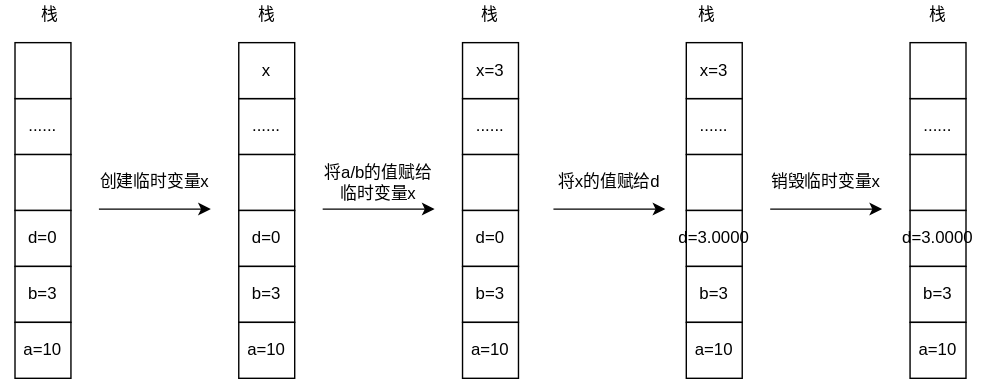
PorterChu/PorterBlog keeps this draw.io diagram as docs/sortware/c/image/类型转换.svg. Above is the earlier version. Source tidied: cells renumbered, new cells last; positions are measured from the earlier drawing's top-left corner, leaving out a move shared by most shapes. The source it was exported from:
```xml
<mxGraphModel>
  <root>
    <mxCell id="0" />
    <mxCell id="1" parent="0" />
    <mxCell id="2" value="......" style="rounded=0;whiteSpace=wrap;html=1;" parent="1" vertex="1">
      <mxGeometry x="10" y="70" width="40" height="40" as="geometry" />
    </mxCell>
    <mxCell id="3" style="rounded=0;whiteSpace=wrap;html=1;" parent="1" vertex="1">
      <mxGeometry x="10" y="110" width="40" height="40" as="geometry" />
    </mxCell>
    <mxCell id="4" value="&lt;span&gt;d=0&lt;/span&gt;" style="rounded=0;whiteSpace=wrap;html=1;" parent="1" vertex="1">
      <mxGeometry x="10" y="150" width="40" height="40" as="geometry" />
    </mxCell>
    <mxCell id="5" value="b=3" style="rounded=0;whiteSpace=wrap;html=1;" parent="1" vertex="1">
      <mxGeometry x="10" y="190" width="40" height="40" as="geometry" />
    </mxCell>
    <mxCell id="6" value="a=10" style="rounded=0;whiteSpace=wrap;html=1;" parent="1" vertex="1">
      <mxGeometry x="10" y="230" width="40" height="40" as="geometry" />
    </mxCell>
    <mxCell id="7" value="栈" style="text;html=1;strokeColor=none;fillColor=none;align=center;verticalAlign=middle;whiteSpace=wrap;rounded=0;" parent="1" vertex="1">
      <mxGeometry width="70" height="20" as="geometry" />
    </mxCell>
    <mxCell id="8" style="rounded=0;whiteSpace=wrap;html=1;" parent="1" vertex="1">
      <mxGeometry x="10" y="30" width="40" height="40" as="geometry" />
    </mxCell>
    <mxCell id="9" style="endArrow=classic;html=1;" parent="1" edge="1">
      <mxGeometry relative="1" as="geometry">
        <mxPoint x="70" y="149" as="sourcePoint" />
        <mxPoint x="150" y="149" as="targetPoint" />
      </mxGeometry>
    </mxCell>
    <mxCell id="10" value="创建临时变量x" style="text;html=1;strokeColor=none;fillColor=none;align=center;verticalAlign=middle;whiteSpace=wrap;rounded=0;" parent="1" vertex="1">
      <mxGeometry x="60" y="120" width="100" height="20" as="geometry" />
    </mxCell>
    <mxCell id="11" value="......" style="rounded=0;whiteSpace=wrap;html=1;" parent="1" vertex="1">
      <mxGeometry x="170" y="70" width="40" height="40" as="geometry" />
    </mxCell>
    <mxCell id="12" style="rounded=0;whiteSpace=wrap;html=1;" parent="1" vertex="1">
      <mxGeometry x="170" y="110" width="40" height="40" as="geometry" />
    </mxCell>
    <mxCell id="13" value="d=0" style="rounded=0;whiteSpace=wrap;html=1;" parent="1" vertex="1">
      <mxGeometry x="170" y="150" width="40" height="40" as="geometry" />
    </mxCell>
    <mxCell id="14" value="b=3" style="rounded=0;whiteSpace=wrap;html=1;" parent="1" vertex="1">
      <mxGeometry x="170" y="190" width="40" height="40" as="geometry" />
    </mxCell>
    <mxCell id="15" value="a=10" style="rounded=0;whiteSpace=wrap;html=1;" parent="1" vertex="1">
      <mxGeometry x="170" y="230" width="40" height="40" as="geometry" />
    </mxCell>
    <mxCell id="16" value="栈" style="text;html=1;strokeColor=none;fillColor=none;align=center;verticalAlign=middle;whiteSpace=wrap;rounded=0;" parent="1" vertex="1">
      <mxGeometry x="155" width="70" height="20" as="geometry" />
    </mxCell>
    <mxCell id="17" value="x" style="rounded=0;whiteSpace=wrap;html=1;" parent="1" vertex="1">
      <mxGeometry x="170" y="30" width="40" height="40" as="geometry" />
    </mxCell>
    <mxCell id="18" value="......" style="rounded=0;whiteSpace=wrap;html=1;" parent="1" vertex="1">
      <mxGeometry x="330" y="70" width="40" height="40" as="geometry" />
    </mxCell>
    <mxCell id="19" style="rounded=0;whiteSpace=wrap;html=1;" parent="1" vertex="1">
      <mxGeometry x="330" y="110" width="40" height="40" as="geometry" />
    </mxCell>
    <mxCell id="20" value="d=0" style="rounded=0;whiteSpace=wrap;html=1;" parent="1" vertex="1">
      <mxGeometry x="330" y="150" width="40" height="40" as="geometry" />
    </mxCell>
    <mxCell id="21" value="b=3" style="rounded=0;whiteSpace=wrap;html=1;" parent="1" vertex="1">
      <mxGeometry x="330" y="190" width="40" height="40" as="geometry" />
    </mxCell>
    <mxCell id="22" value="a=10" style="rounded=0;whiteSpace=wrap;html=1;" parent="1" vertex="1">
      <mxGeometry x="330" y="230" width="40" height="40" as="geometry" />
    </mxCell>
    <mxCell id="23" value="x=3" style="rounded=0;whiteSpace=wrap;html=1;" parent="1" vertex="1">
      <mxGeometry x="330" y="30" width="40" height="40" as="geometry" />
    </mxCell>
    <mxCell id="24" value="......" style="rounded=0;whiteSpace=wrap;html=1;" parent="1" vertex="1">
      <mxGeometry x="490" y="70" width="40" height="40" as="geometry" />
    </mxCell>
    <mxCell id="25" style="rounded=0;whiteSpace=wrap;html=1;" parent="1" vertex="1">
      <mxGeometry x="490" y="110" width="40" height="40" as="geometry" />
    </mxCell>
    <mxCell id="26" value="d=3.0000" style="rounded=0;whiteSpace=wrap;html=1;" parent="1" vertex="1">
      <mxGeometry x="490" y="150" width="40" height="40" as="geometry" />
    </mxCell>
    <mxCell id="27" value="b=3" style="rounded=0;whiteSpace=wrap;html=1;" parent="1" vertex="1">
      <mxGeometry x="490" y="190" width="40" height="40" as="geometry" />
    </mxCell>
    <mxCell id="28" value="a=10" style="rounded=0;whiteSpace=wrap;html=1;" parent="1" vertex="1">
      <mxGeometry x="490" y="230" width="40" height="40" as="geometry" />
    </mxCell>
    <mxCell id="29" value="x=3" style="rounded=0;whiteSpace=wrap;html=1;" parent="1" vertex="1">
      <mxGeometry x="490" y="30" width="40" height="40" as="geometry" />
    </mxCell>
    <mxCell id="30" value="......" style="rounded=0;whiteSpace=wrap;html=1;" parent="1" vertex="1">
      <mxGeometry x="650" y="70" width="40" height="40" as="geometry" />
    </mxCell>
    <mxCell id="31" style="rounded=0;whiteSpace=wrap;html=1;" parent="1" vertex="1">
      <mxGeometry x="650" y="110" width="40" height="40" as="geometry" />
    </mxCell>
    <mxCell id="32" value="d=3.0000" style="rounded=0;whiteSpace=wrap;html=1;" parent="1" vertex="1">
      <mxGeometry x="650" y="150" width="40" height="40" as="geometry" />
    </mxCell>
    <mxCell id="33" value="b=3" style="rounded=0;whiteSpace=wrap;html=1;" parent="1" vertex="1">
      <mxGeometry x="650" y="190" width="40" height="40" as="geometry" />
    </mxCell>
    <mxCell id="34" value="a=10" style="rounded=0;whiteSpace=wrap;html=1;" parent="1" vertex="1">
      <mxGeometry x="650" y="230" width="40" height="40" as="geometry" />
    </mxCell>
    <mxCell id="35" style="rounded=0;whiteSpace=wrap;html=1;" parent="1" vertex="1">
      <mxGeometry x="650" y="30" width="40" height="40" as="geometry" />
    </mxCell>
    <mxCell id="36" style="endArrow=classic;html=1;" parent="1" edge="1">
      <mxGeometry relative="1" as="geometry">
        <mxPoint x="550" y="149" as="sourcePoint" />
        <mxPoint x="630" y="149" as="targetPoint" />
      </mxGeometry>
    </mxCell>
    <mxCell id="37" value="销毁临时变量x" style="text;html=1;strokeColor=none;fillColor=none;align=center;verticalAlign=middle;whiteSpace=wrap;rounded=0;" parent="1" vertex="1">
      <mxGeometry x="540" y="120" width="100" height="20" as="geometry" />
    </mxCell>
    <mxCell id="38" style="endArrow=classic;html=1;" parent="1" edge="1">
      <mxGeometry relative="1" as="geometry">
        <mxPoint x="230" y="149" as="sourcePoint" />
        <mxPoint x="310" y="149" as="targetPoint" />
      </mxGeometry>
    </mxCell>
    <mxCell id="39" value="将a/b的值赋给临时变量x" style="text;html=1;strokeColor=none;fillColor=none;align=center;verticalAlign=middle;whiteSpace=wrap;rounded=0;" parent="1" vertex="1">
      <mxGeometry x="225" y="120" width="90" height="20" as="geometry" />
    </mxCell>
    <mxCell id="40" style="endArrow=classic;html=1;" parent="1" edge="1">
      <mxGeometry relative="1" as="geometry">
        <mxPoint x="395" y="149" as="sourcePoint" />
        <mxPoint x="475" y="149" as="targetPoint" />
      </mxGeometry>
    </mxCell>
    <mxCell id="41" value="将x的值赋给d" style="text;html=1;strokeColor=none;fillColor=none;align=center;verticalAlign=middle;whiteSpace=wrap;rounded=0;" parent="1" vertex="1">
      <mxGeometry x="390" y="120" width="90" height="20" as="geometry" />
    </mxCell>
    <mxCell id="42" value="栈" style="text;html=1;strokeColor=none;fillColor=none;align=center;verticalAlign=middle;whiteSpace=wrap;rounded=0;" parent="1" vertex="1">
      <mxGeometry x="315" width="70" height="20" as="geometry" />
    </mxCell>
    <mxCell id="43" value="栈" style="text;html=1;strokeColor=none;fillColor=none;align=center;verticalAlign=middle;whiteSpace=wrap;rounded=0;" parent="1" vertex="1">
      <mxGeometry x="470" width="70" height="20" as="geometry" />
    </mxCell>
    <mxCell id="44" value="栈" style="text;html=1;strokeColor=none;fillColor=none;align=center;verticalAlign=middle;whiteSpace=wrap;rounded=0;" parent="1" vertex="1">
      <mxGeometry x="635" width="70" height="20" as="geometry" />
    </mxCell>
  </root>
</mxGraphModel>
```
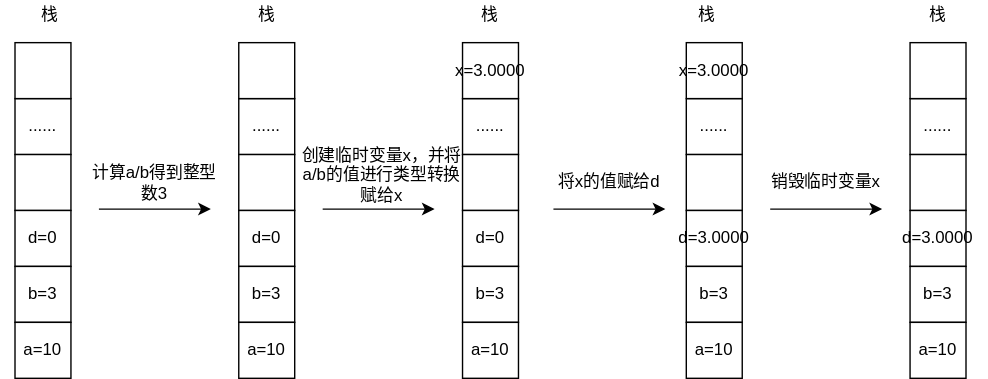
Above is the later version.

What changed in the source:
```diff
@@ -23,15 +23,15 @@
     <mxCell id="8" style="rounded=0;whiteSpace=wrap;html=1;" parent="1" vertex="1">
       <mxGeometry x="10" y="30" width="40" height="40" as="geometry" />
     </mxCell>
-    <mxCell id="9" style="endArrow=classic;html=1;" parent="1" edge="1">
-      <mxGeometry relative="1" as="geometry">
-        <mxPoint x="70" y="149" as="sourcePoint" />
-        <mxPoint x="150" y="149" as="targetPoint" />
-      </mxGeometry>
-    </mxCell>
-    <mxCell id="10" value="创建临时变量x" style="text;html=1;strokeColor=none;fillColor=none;align=center;verticalAlign=middle;whiteSpace=wrap;rounded=0;" parent="1" vertex="1">
-      <mxGeometry x="60" y="120" width="100" height="20" as="geometry" />
-    </mxCell>
+    <mxCell id="45" style="endArrow=classic;html=1;" parent="1" edge="1">
+      <mxGeometry relative="1" as="geometry">
+        <mxPoint x="70" y="149" as="sourcePoint" />
+        <mxPoint x="150" y="149" as="targetPoint" />
+      </mxGeometry>
+    </mxCell>
+    <mxCell id="46" value="计算a/b得到整型数3" style="text;html=1;strokeColor=none;fillColor=none;align=center;verticalAlign=middle;whiteSpace=wrap;rounded=0;" parent="1" vertex="1">
+      <mxGeometry x="60" y="120" width="100" height="20" as="geometry" />
+    </mxCell>
     <mxCell id="11" value="......" style="rounded=0;whiteSpace=wrap;html=1;" parent="1" vertex="1">
       <mxGeometry x="170" y="70" width="40" height="40" as="geometry" />
     </mxCell>
@@ -50,9 +50,9 @@
     <mxCell id="16" value="栈" style="text;html=1;strokeColor=none;fillColor=none;align=center;verticalAlign=middle;whiteSpace=wrap;rounded=0;" parent="1" vertex="1">
       <mxGeometry x="155" width="70" height="20" as="geometry" />
     </mxCell>
-    <mxCell id="17" value="x" style="rounded=0;whiteSpace=wrap;html=1;" parent="1" vertex="1">
-      <mxGeometry x="170" y="30" width="40" height="40" as="geometry" />
-    </mxCell>
+    <mxCell id="47" style="rounded=0;whiteSpace=wrap;html=1;" parent="1" vertex="1">
+      <mxGeometry x="170" y="30" width="40" height="40" as="geometry" />
+    </mxCell>
     <mxCell id="18" value="......" style="rounded=0;whiteSpace=wrap;html=1;" parent="1" vertex="1">
       <mxGeometry x="330" y="70" width="40" height="40" as="geometry" />
     </mxCell>
@@ -68,9 +68,9 @@
     <mxCell id="22" value="a=10" style="rounded=0;whiteSpace=wrap;html=1;" parent="1" vertex="1">
       <mxGeometry x="330" y="230" width="40" height="40" as="geometry" />
     </mxCell>
-    <mxCell id="23" value="x=3" style="rounded=0;whiteSpace=wrap;html=1;" parent="1" vertex="1">
-      <mxGeometry x="330" y="30" width="40" height="40" as="geometry" />
-    </mxCell>
+    <mxCell id="48" value="x=3.0000" style="rounded=0;whiteSpace=wrap;html=1;" parent="1" vertex="1">
+      <mxGeometry x="330" y="30" width="40" height="40" as="geometry" />
+    </mxCell>
     <mxCell id="24" value="......" style="rounded=0;whiteSpace=wrap;html=1;" parent="1" vertex="1">
       <mxGeometry x="490" y="70" width="40" height="40" as="geometry" />
     </mxCell>
@@ -86,9 +86,9 @@
     <mxCell id="28" value="a=10" style="rounded=0;whiteSpace=wrap;html=1;" parent="1" vertex="1">
       <mxGeometry x="490" y="230" width="40" height="40" as="geometry" />
     </mxCell>
-    <mxCell id="29" value="x=3" style="rounded=0;whiteSpace=wrap;html=1;" parent="1" vertex="1">
-      <mxGeometry x="490" y="30" width="40" height="40" as="geometry" />
-    </mxCell>
+    <mxCell id="49" value="x=3.0000" style="rounded=0;whiteSpace=wrap;html=1;" parent="1" vertex="1">
+      <mxGeometry x="490" y="30" width="40" height="40" as="geometry" />
+    </mxCell>
     <mxCell id="30" value="......" style="rounded=0;whiteSpace=wrap;html=1;" parent="1" vertex="1">
       <mxGeometry x="650" y="70" width="40" height="40" as="geometry" />
     </mxCell>
@@ -107,30 +107,30 @@
     <mxCell id="35" style="rounded=0;whiteSpace=wrap;html=1;" parent="1" vertex="1">
       <mxGeometry x="650" y="30" width="40" height="40" as="geometry" />
     </mxCell>
-    <mxCell id="36" style="endArrow=classic;html=1;" parent="1" edge="1">
-      <mxGeometry relative="1" as="geometry">
-        <mxPoint x="550" y="149" as="sourcePoint" />
-        <mxPoint x="630" y="149" as="targetPoint" />
-      </mxGeometry>
-    </mxCell>
+    <mxCell id="50" style="endArrow=classic;html=1;" parent="1" edge="1">
+      <mxGeometry relative="1" as="geometry">
+        <mxPoint x="550" y="149" as="sourcePoint" />
+        <mxPoint x="630" y="149" as="targetPoint" />
+      </mxGeometry>
+    </mxCell>
     <mxCell id="37" value="销毁临时变量x" style="text;html=1;strokeColor=none;fillColor=none;align=center;verticalAlign=middle;whiteSpace=wrap;rounded=0;" parent="1" vertex="1">
       <mxGeometry x="540" y="120" width="100" height="20" as="geometry" />
     </mxCell>
-    <mxCell id="38" style="endArrow=classic;html=1;" parent="1" edge="1">
-      <mxGeometry relative="1" as="geometry">
-        <mxPoint x="230" y="149" as="sourcePoint" />
-        <mxPoint x="310" y="149" as="targetPoint" />
-      </mxGeometry>
-    </mxCell>
-    <mxCell id="39" value="将a/b的值赋给临时变量x" style="text;html=1;strokeColor=none;fillColor=none;align=center;verticalAlign=middle;whiteSpace=wrap;rounded=0;" parent="1" vertex="1">
-      <mxGeometry x="225" y="120" width="90" height="20" as="geometry" />
-    </mxCell>
-    <mxCell id="40" style="endArrow=classic;html=1;" parent="1" edge="1">
-      <mxGeometry relative="1" as="geometry">
-        <mxPoint x="395" y="149" as="sourcePoint" />
-        <mxPoint x="475" y="149" as="targetPoint" />
-      </mxGeometry>
-    </mxCell>
+    <mxCell id="51" style="endArrow=classic;html=1;" parent="1" edge="1">
+      <mxGeometry relative="1" as="geometry">
+        <mxPoint x="230" y="149" as="sourcePoint" />
+        <mxPoint x="310" y="149" as="targetPoint" />
+      </mxGeometry>
+    </mxCell>
+    <mxCell id="52" value="创建临时变量x，并将a/b的值进行类型转换赋给x" style="text;html=1;strokeColor=none;fillColor=none;align=center;verticalAlign=middle;whiteSpace=wrap;rounded=0;" parent="1" vertex="1">
+      <mxGeometry x="210" y="90" width="125" height="70" as="geometry" />
+    </mxCell>
+    <mxCell id="53" style="endArrow=classic;html=1;" parent="1" edge="1">
+      <mxGeometry relative="1" as="geometry">
+        <mxPoint x="395" y="149" as="sourcePoint" />
+        <mxPoint x="475" y="149" as="targetPoint" />
+      </mxGeometry>
+    </mxCell>
     <mxCell id="41" value="将x的值赋给d" style="text;html=1;strokeColor=none;fillColor=none;align=center;verticalAlign=middle;whiteSpace=wrap;rounded=0;" parent="1" vertex="1">
       <mxGeometry x="390" y="120" width="90" height="20" as="geometry" />
     </mxCell>
```
